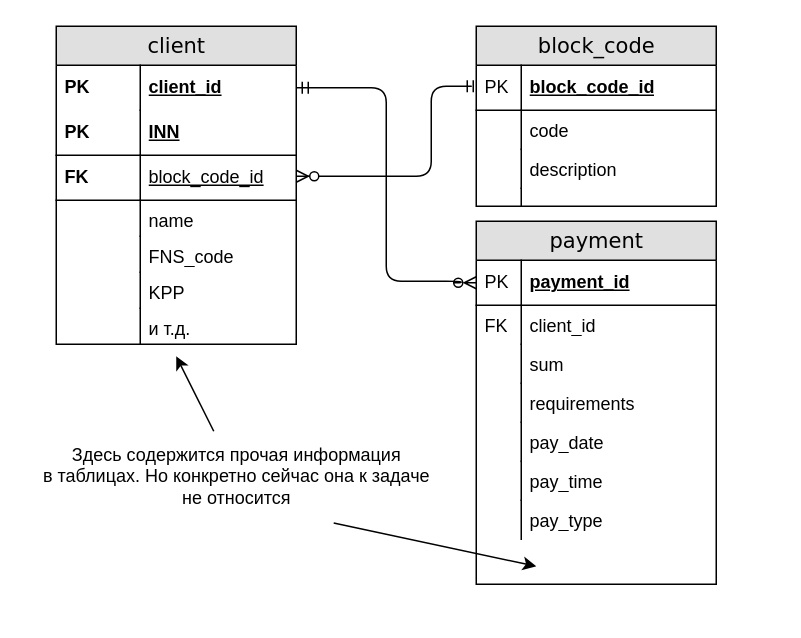
Before: DataBase/Диаграмма без названия.drawio in Zireael239/---, a draw.io diagram. Source tidied: cells renumbered, new cells numbered last; positions are measured from the earlier drawing's top-left corner, leaving out a move shared by most shapes. Both pictures are drawn from the tidied source at 150%, with x=0, y=0 at pixel (26, 26).
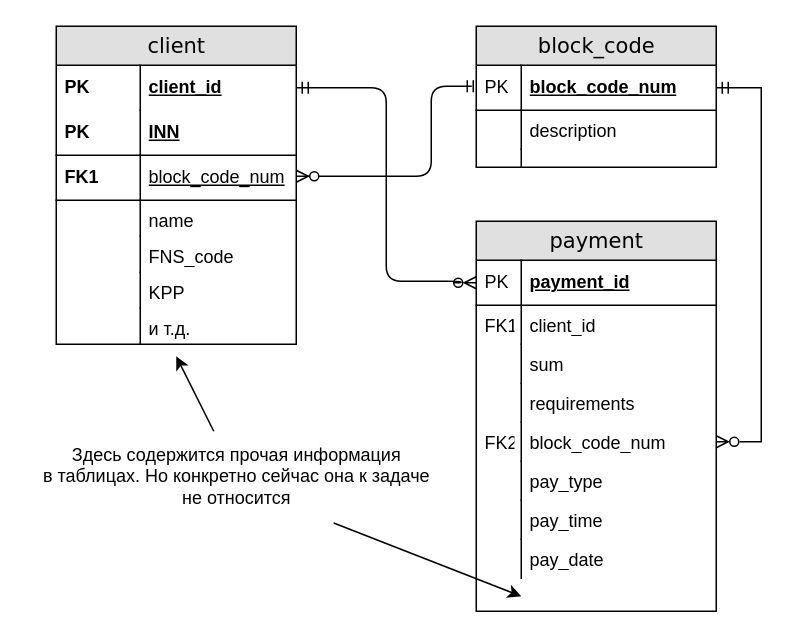
The same page after the edit.

Unchanged cells that the change refers to:
```xml
<mxCell id="2" value="client" style="swimlane;html=1;fontStyle=0;horizontal=1;startSize=26;fillColor=#e0e0e0;swimlaneFillColor=#ffffff;align=center;rounded=0;shadow=0;comic=0;labelBackgroundColor=none;strokeWidth=1;fontFamily=Verdana;fontSize=14;" parent="1" vertex="1">
  <mxGeometry x="20" width="160" height="212" as="geometry" />
</mxCell>
<mxCell id="29" value="client_id" style="shape=partialRectangle;top=0;left=0;right=0;bottom=0;html=1;align=left;verticalAlign=top;fillColor=none;spacingLeft=34;spacingRight=4;whiteSpace=wrap;overflow=hidden;" parent="26" vertex="1">
  <mxGeometry y="56" width="160" height="26" as="geometry" />
</mxCell>
<mxCell id="43" value="Здесь содержится прочая информация&lt;div&gt;в таблицах. Но конкретно сейчас она к задаче&lt;/div&gt;&lt;div&gt;не относится&lt;/div&gt;" style="text;html=1;align=center;verticalAlign=middle;points=[];strokeColor=none;fillColor=none;" parent="1" vertex="1">
  <mxGeometry y="270" width="280" height="60" as="geometry" />
</mxCell>
```

Diff of the diagram source:
```diff
@@
-    <mxCell id="7" value="&lt;span style=&quot;font-weight: 400;&quot;&gt;block_code_id&lt;/span&gt;" style="shape=partialRectangle;top=0;left=0;right=0;bottom=1;html=1;align=left;verticalAlign=middle;fillColor=none;spacingLeft=60;spacingRight=4;whiteSpace=wrap;overflow=hidden;fontStyle=5;" parent="2" vertex="1">
+    <mxCell id="7" value="&lt;span style=&quot;font-weight: 400;&quot;&gt;block_code_num&lt;/span&gt;" style="shape=partialRectangle;top=0;left=0;right=0;bottom=1;html=1;align=left;verticalAlign=middle;fillColor=none;spacingLeft=60;spacingRight=4;whiteSpace=wrap;overflow=hidden;fontStyle=5;" parent="2" vertex="1">
       <mxGeometry y="86" width="160" height="30" as="geometry" />
     </mxCell>
-    <mxCell id="8" value="FK" style="shape=partialRectangle;fontStyle=1;top=0;left=0;bottom=0;html=1;fillColor=none;align=left;verticalAlign=middle;spacingLeft=4;spacingRight=4;whiteSpace=wrap;overflow=hidden;" parent="7" vertex="1">
+    <mxCell id="8" value="FK1" style="shape=partialRectangle;fontStyle=1;top=0;left=0;bottom=0;html=1;fillColor=none;align=left;verticalAlign=middle;spacingLeft=4;spacingRight=4;whiteSpace=wrap;overflow=hidden;" parent="7" vertex="1">
       <mxGeometry width="56" height="30" as="geometry" />
     </mxCell>
@@
     <mxCell id="17" value="block_code" style="swimlane;html=1;fontStyle=0;horizontal=1;startSize=26;fillColor=#e0e0e0;swimlaneFillColor=#ffffff;align=center;rounded=0;shadow=0;comic=0;labelBackgroundColor=none;strokeWidth=1;fontFamily=Verdana;fontSize=14;swimlaneLine=1;" parent="1" vertex="1">
-      <mxGeometry x="300" width="160" height="120" as="geometry" />
+      <mxGeometry x="300" width="160" height="94" as="geometry" />
     </mxCell>
-    <mxCell id="18" value="block_code_id" style="shape=partialRectangle;top=0;left=0;right=0;bottom=1;html=1;align=left;verticalAlign=middle;fillColor=none;spacingLeft=34;spacingRight=4;whiteSpace=wrap;overflow=hidden;points=[[0,0.5],[1,0.5]];portConstraint=eastwest;fontStyle=5;" parent="17" vertex="1">
+    <mxCell id="18" value="block_code_num" style="shape=partialRectangle;top=0;left=0;right=0;bottom=1;html=1;align=left;verticalAlign=middle;fillColor=none;spacingLeft=34;spacingRight=4;whiteSpace=wrap;overflow=hidden;points=[[0,0.5],[1,0.5]];portConstraint=eastwest;fontStyle=5;" parent="17" vertex="1">
       <mxGeometry y="26" width="160" height="30" as="geometry" />
     </mxCell>
@@
-    <mxCell id="20" value="code" style="shape=partialRectangle;top=0;left=0;right=0;bottom=0;html=1;align=left;verticalAlign=top;fillColor=none;spacingLeft=34;spacingRight=4;whiteSpace=wrap;overflow=hidden;" parent="17" vertex="1">
-      <mxGeometry y="56" width="160" height="26" as="geometry" />
-    </mxCell>
-    <mxCell id="21" style="shape=partialRectangle;top=0;left=0;bottom=0;html=1;fillColor=none;align=left;verticalAlign=top;spacingLeft=4;spacingRight=4;whiteSpace=wrap;overflow=hidden;" parent="20" vertex="1">
-      <mxGeometry width="30" height="26" as="geometry" />
-    </mxCell>
     <mxCell id="22" value="description" style="shape=partialRectangle;top=0;left=0;right=0;bottom=0;html=1;align=left;verticalAlign=top;fillColor=none;spacingLeft=34;spacingRight=4;whiteSpace=wrap;overflow=hidden;" parent="17" vertex="1">
-      <mxGeometry y="82" width="160" height="26" as="geometry" />
+      <mxGeometry y="56" width="160" height="26" as="geometry" />
     </mxCell>
@@
     <mxCell id="24" style="shape=partialRectangle;top=0;left=0;right=0;bottom=0;html=1;align=left;verticalAlign=top;fillColor=none;spacingLeft=34;spacingRight=4;whiteSpace=wrap;overflow=hidden;" parent="17" vertex="1">
-      <mxGeometry y="108" width="160" height="12" as="geometry" />
+      <mxGeometry y="82" width="160" height="12" as="geometry" />
     </mxCell>
@@
     <mxCell id="26" value="payment" style="swimlane;html=1;fontStyle=0;horizontal=1;startSize=26;fillColor=#e0e0e0;swimlaneFillColor=#ffffff;align=center;rounded=0;shadow=0;comic=0;labelBackgroundColor=none;strokeWidth=1;fontFamily=Verdana;fontSize=14;" parent="1" vertex="1">
-      <mxGeometry x="300" y="130" width="160" height="242" as="geometry" />
+      <mxGeometry x="300" y="130" width="160" height="260" as="geometry" />
     </mxCell>
@@
-    <mxCell id="30" value="FK" style="shape=partialRectangle;top=0;left=0;bottom=0;html=1;fillColor=none;align=left;verticalAlign=top;spacingLeft=4;spacingRight=4;whiteSpace=wrap;overflow=hidden;" parent="29" vertex="1">
+    <mxCell id="30" value="FK1" style="shape=partialRectangle;top=0;left=0;bottom=0;html=1;fillColor=none;align=left;verticalAlign=top;spacingLeft=4;spacingRight=4;whiteSpace=wrap;overflow=hidden;" parent="29" vertex="1">
       <mxGeometry width="30" height="26" as="geometry" />
     </mxCell>
@@
+    <mxCell id="46" value="block_code_num" style="shape=partialRectangle;top=0;left=0;right=0;bottom=0;html=1;align=left;verticalAlign=top;fillColor=none;spacingLeft=34;spacingRight=4;whiteSpace=wrap;overflow=hidden;points=[[0,0.5],[1,0.5]];portConstraint=eastwest;" parent="26" vertex="1">
+      <mxGeometry y="134" width="160" height="26" as="geometry" />
+    </mxCell>
+    <mxCell id="47" value="FK2" style="shape=partialRectangle;top=0;left=0;bottom=0;html=1;fillColor=none;align=left;verticalAlign=top;spacingLeft=4;spacingRight=4;whiteSpace=wrap;overflow=hidden;" parent="46" vertex="1">
+      <mxGeometry width="30" height="26" as="geometry" />
+    </mxCell>
+    <mxCell id="39" value="pay_type" style="shape=partialRectangle;top=0;left=0;right=0;bottom=0;html=1;align=left;verticalAlign=top;fillColor=none;spacingLeft=34;spacingRight=4;whiteSpace=wrap;overflow=hidden;" parent="26" vertex="1">
+      <mxGeometry y="160" width="160" height="26" as="geometry" />
+    </mxCell>
+    <mxCell id="40" style="shape=partialRectangle;top=0;left=0;bottom=0;html=1;fillColor=none;align=left;verticalAlign=top;spacingLeft=4;spacingRight=4;whiteSpace=wrap;overflow=hidden;" parent="39" vertex="1">
+      <mxGeometry width="30" height="26" as="geometry" />
+    </mxCell>
+    <mxCell id="37" value="pay_time" style="shape=partialRectangle;top=0;left=0;right=0;bottom=0;html=1;align=left;verticalAlign=top;fillColor=none;spacingLeft=34;spacingRight=4;whiteSpace=wrap;overflow=hidden;" parent="26" vertex="1">
+      <mxGeometry y="186" width="160" height="26" as="geometry" />
+    </mxCell>
+    <mxCell id="38" style="shape=partialRectangle;top=0;left=0;bottom=0;html=1;fillColor=none;align=left;verticalAlign=top;spacingLeft=4;spacingRight=4;whiteSpace=wrap;overflow=hidden;" parent="37" vertex="1">
+      <mxGeometry width="30" height="26" as="geometry" />
+    </mxCell>
     <mxCell id="35" value="pay_date" style="shape=partialRectangle;top=0;left=0;right=0;bottom=0;html=1;align=left;verticalAlign=top;fillColor=none;spacingLeft=34;spacingRight=4;whiteSpace=wrap;overflow=hidden;" parent="26" vertex="1">
-      <mxGeometry y="134" width="160" height="26" as="geometry" />
+      <mxGeometry y="212" width="160" height="26" as="geometry" />
     </mxCell>
@@
-    <mxCell id="37" value="pay_time" style="shape=partialRectangle;top=0;left=0;right=0;bottom=0;html=1;align=left;verticalAlign=top;fillColor=none;spacingLeft=34;spacingRight=4;whiteSpace=wrap;overflow=hidden;" parent="26" vertex="1">
-      <mxGeometry y="160" width="160" height="26" as="geometry" />
-    </mxCell>
-    <mxCell id="38" style="shape=partialRectangle;top=0;left=0;bottom=0;html=1;fillColor=none;align=left;verticalAlign=top;spacingLeft=4;spacingRight=4;whiteSpace=wrap;overflow=hidden;" parent="37" vertex="1">
-      <mxGeometry width="30" height="26" as="geometry" />
-    </mxCell>
-    <mxCell id="39" value="pay_type" style="shape=partialRectangle;top=0;left=0;right=0;bottom=0;html=1;align=left;verticalAlign=top;fillColor=none;spacingLeft=34;spacingRight=4;whiteSpace=wrap;overflow=hidden;" parent="26" vertex="1">
-      <mxGeometry y="186" width="160" height="26" as="geometry" />
-    </mxCell>
-    <mxCell id="40" style="shape=partialRectangle;top=0;left=0;bottom=0;html=1;fillColor=none;align=left;verticalAlign=top;spacingLeft=4;spacingRight=4;whiteSpace=wrap;overflow=hidden;" parent="39" vertex="1">
-      <mxGeometry width="30" height="26" as="geometry" />
-    </mxCell>
@@
     <mxCell id="45" style="endArrow=classic;html=1;rounded=0;exitX=0.732;exitY=1.02;exitDx=0;exitDy=0;exitPerimeter=0;" parent="1" edge="1" source="43">
       <mxGeometry relative="1" as="geometry">
-        <mxPoint x="340" y="360" as="targetPoint" />
+        <mxPoint x="330" y="380" as="targetPoint" />
       </mxGeometry>
     </mxCell>
+    <mxCell id="48" style="edgeStyle=entityRelationEdgeStyle;fontSize=12;html=1;endArrow=ERzeroToMany;startArrow=ERmandOne;rounded=0;exitX=1;exitY=0.5;exitDx=0;exitDy=0;endFill=0;" parent="1" edge="1" source="18" target="46">
+      <mxGeometry relative="1" as="geometry" />
+    </mxCell>
```
